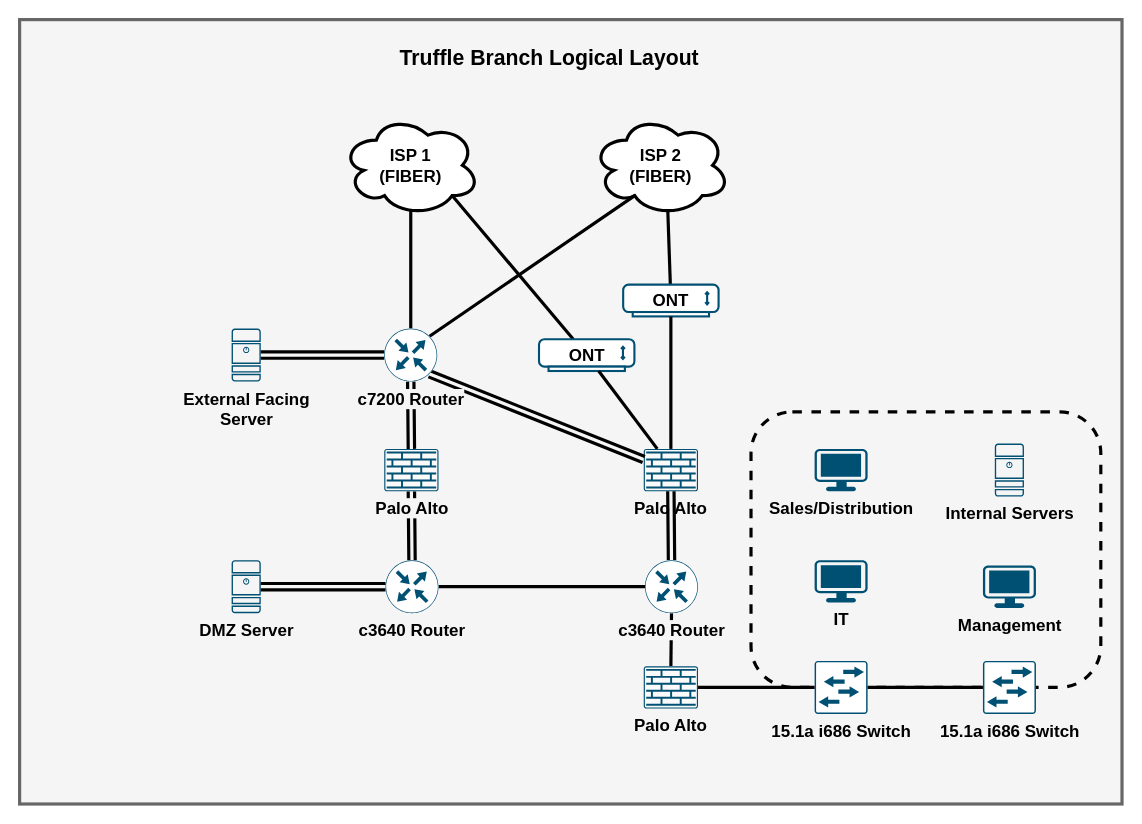
Before: network-documentation/Truffle Branch.drawio in joseph-a-tate/Clustered-Fungi, a draw.io diagram. Source tidied: cells renumbered, new cells numbered last; positions are measured from the earlier drawing's top-left corner, leaving out a move shared by most shapes. Both pictures are drawn from the tidied source at 106%, with x=0, y=0 at pixel (19, 19).
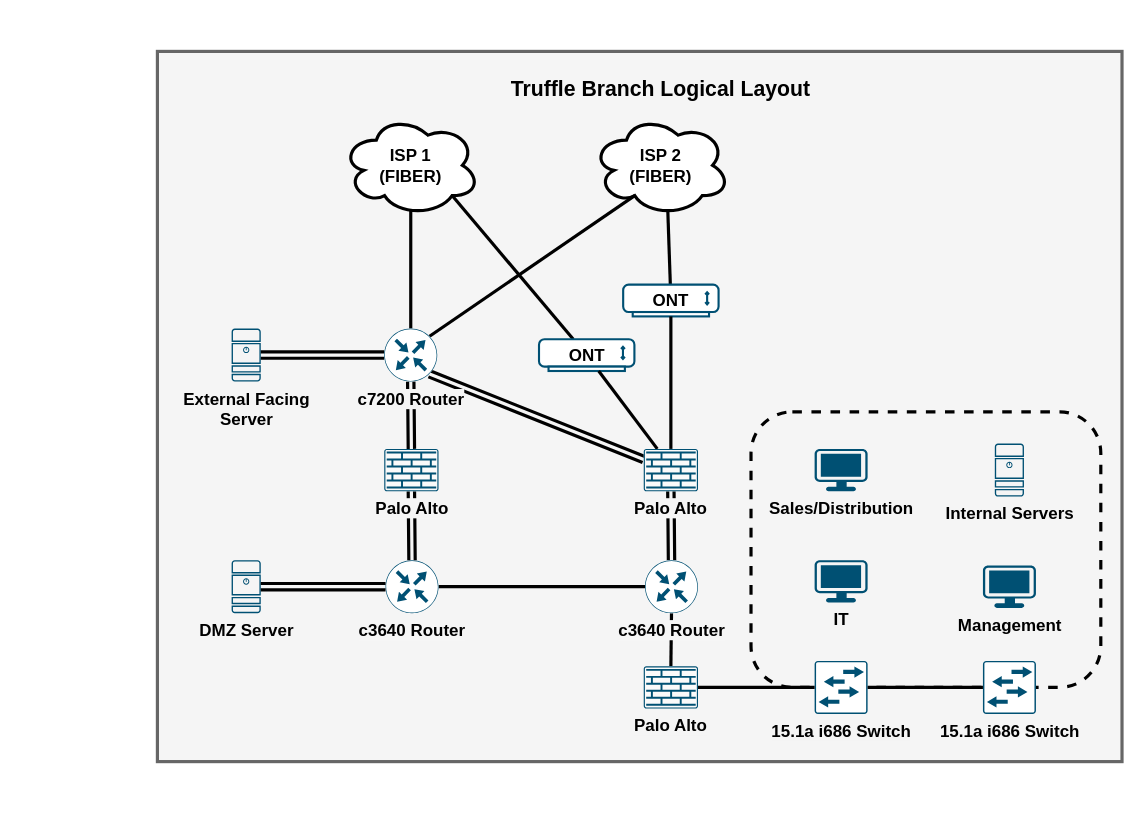
Above is the later version.

What changed in the source:
```diff
@@
     <mxCell id="2" style="rounded=0;whiteSpace=wrap;html=1;fillColor=#f5f5f5;strokeColor=#666666;fontColor=#333333;strokeWidth=3;" parent="1" vertex="1">
-      <mxGeometry width="1040" height="740" as="geometry" />
+      <mxGeometry x="130" y="30" width="910" height="670" as="geometry" />
     </mxCell>
@@
-    <mxCell id="11" value="&lt;b&gt;Palo Alto&lt;/b&gt;" style="sketch=0;points=[[0.015,0.015,0],[0.985,0.015,0],[0.985,0.985,0],[0.015,0.985,0],[0.25,0,0],[0.5,0,0],[0.75,0,0],[1,0.25,0],[1,0.5,0],[1,0.75,0],[0.75,1,0],[0.5,1,0],[0.25,1,0],[0,0.75,0],[0,0.5,0],[0,0.25,0]];verticalLabelPosition=bottom;html=1;verticalAlign=top;align=center;shape=mxgraph.cisco19.rect;prIcon=firewall;fillColor=#FAFAFA;strokeColor=#005073;fontSize=16;" parent="1" vertex="1">
-      <mxGeometry x="588.8" y="405" width="51.2" height="40" as="geometry" />
-    </mxCell>
@@
     <mxCell id="34" value="&lt;font style=&quot;font-size: 20px;&quot;&gt;&lt;b&gt;Truffle Branch Logical Layout&lt;/b&gt;&lt;/font&gt;" style="text;html=1;align=center;verticalAlign=middle;whiteSpace=wrap;rounded=0;" parent="1" vertex="1">
-      <mxGeometry x="350" y="20" width="300" height="30" as="geometry" />
+      <mxGeometry x="455" y="50" width="300" height="30" as="geometry" />
     </mxCell>
@@
+    <mxCell id="11" value="&lt;b&gt;Palo Alto&lt;/b&gt;" style="sketch=0;points=[[0.015,0.015,0],[0.985,0.015,0],[0.985,0.985,0],[0.015,0.985,0],[0.25,0,0],[0.5,0,0],[0.75,0,0],[1,0.25,0],[1,0.5,0],[1,0.75,0],[0.75,1,0],[0.5,1,0],[0.25,1,0],[0,0.75,0],[0,0.5,0],[0,0.25,0]];verticalLabelPosition=bottom;html=1;verticalAlign=top;align=center;shape=mxgraph.cisco19.rect;prIcon=firewall;fillColor=#FAFAFA;strokeColor=#005073;fontSize=16;labelBackgroundColor=light-dark(#f5f5f5, #ededed);" parent="1" vertex="1">
+      <mxGeometry x="588.8" y="405" width="51.2" height="40" as="geometry" />
+    </mxCell>
```
